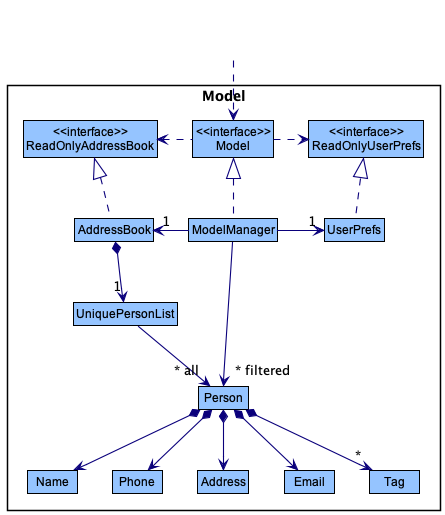
The PlantUML diagram docs/images/ModelClassDiagram.png in zhongfu/tp, before a commit.
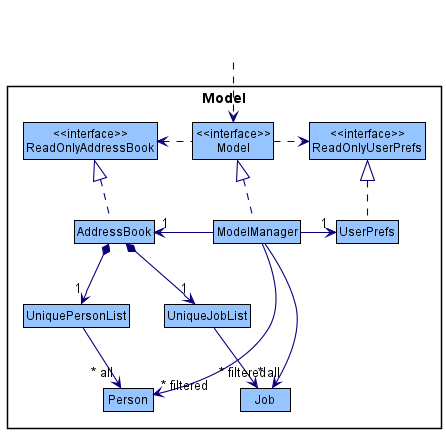
After the change.

Commit message:
Update Model part of DG

The edit, as a diff of the source:
```diff
@@ -14,12 +14,9 @@
 
 Class UniquePersonList
 Class Person
-Class Address
-Class Email
-Class Name
-Class Phone
-Class Tag
 
+Class UniqueJobList
+Class Job
 }
 
 skinparam rectangle {
@@ -44,15 +41,10 @@
 
 AddressBook *--> "1" UniquePersonList
 UniquePersonList --> "~* all" Person
-Person *--> Name
-Person *--> Phone
-Person *--> Email
-Person *--> Address
-Person *--> "*" Tag
 
-Name -[hidden]right-> Phone
-Phone -[hidden]right-> Address
-Address -[hidden]right-> Email
+AddressBook *--> "1" UniqueJobList
+UniqueJobList --> "~* all" Job
 
 ModelManager -->"~* filtered" Person
+ModelManager -->"~* filtered" Job
 @enduml
```
